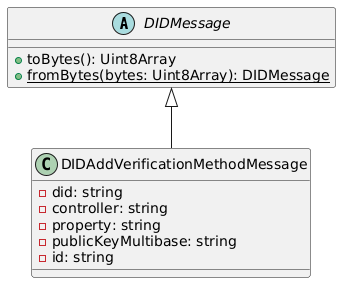
This is docs/modules/ROOT/images/did-add-verification-method-message-class-diagram.png from Swiss-Digital-Assets-Institute/public-did-sdk-js, a PlantUML export, as it was before one commit. Its diagram source:
```plantuml
@startuml
abstract class DIDMessage {
  + toBytes(): Uint8Array
  + {static} fromBytes(bytes: Uint8Array): DIDMessage
}

class DIDAddVerificationMethodMessage extends DIDMessage {
  - did: string
  - controller: string
  - property: string
  - publicKeyMultibase: string
  - id: string
}
@enduml
```
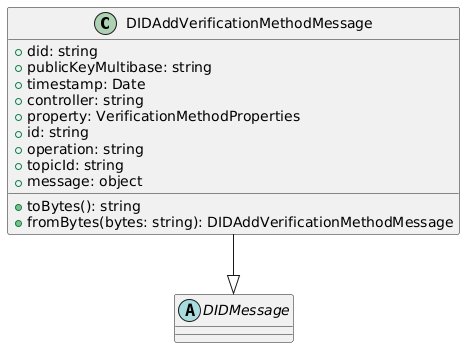
Later version of the same file.

Diff of the diagram source:
```diff
@@ -1,14 +1,18 @@
 @startuml
-abstract class DIDMessage {
-  + toBytes(): Uint8Array
-  + {static} fromBytes(bytes: Uint8Array): DIDMessage
+class DIDAddVerificationMethodMessage {
+  +did: string
+  +publicKeyMultibase: string
+  +timestamp: Date
+  +controller: string
+  +property: VerificationMethodProperties
+  +id: string
+  +operation: string
+  +topicId: string
+  +message: object
+  +toBytes(): string
+  +fromBytes(bytes: string): DIDAddVerificationMethodMessage
 }
+abstract class DIDMessage {}
 
-class DIDAddVerificationMethodMessage extends DIDMessage {
-  - did: string
-  - controller: string
-  - property: string
-  - publicKeyMultibase: string
-  - id: string
-}
+DIDAddVerificationMethodMessage --|> DIDMessage
 @enduml
```
